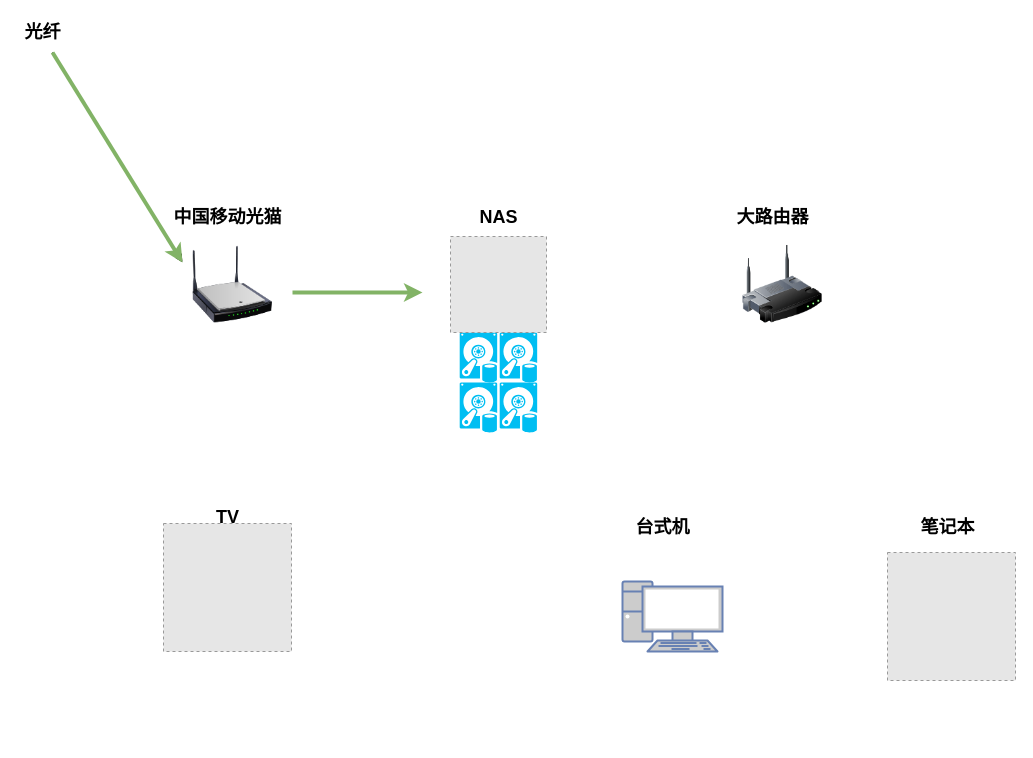
Above: 威联通NAS同和方案.drawio in androidjp/draw-io-note (draw.io), before the change. Source tidied: cells renumbered, new cells numbered last; positions are measured from the earlier drawing's top-left corner, leaving out a move shared by most shapes. Both pictures are drawn from the tidied source at 100%, with x=0, y=0 at pixel (17, 17). Pictures stored in the file or linked from it are replaced by grey dashed boxes.
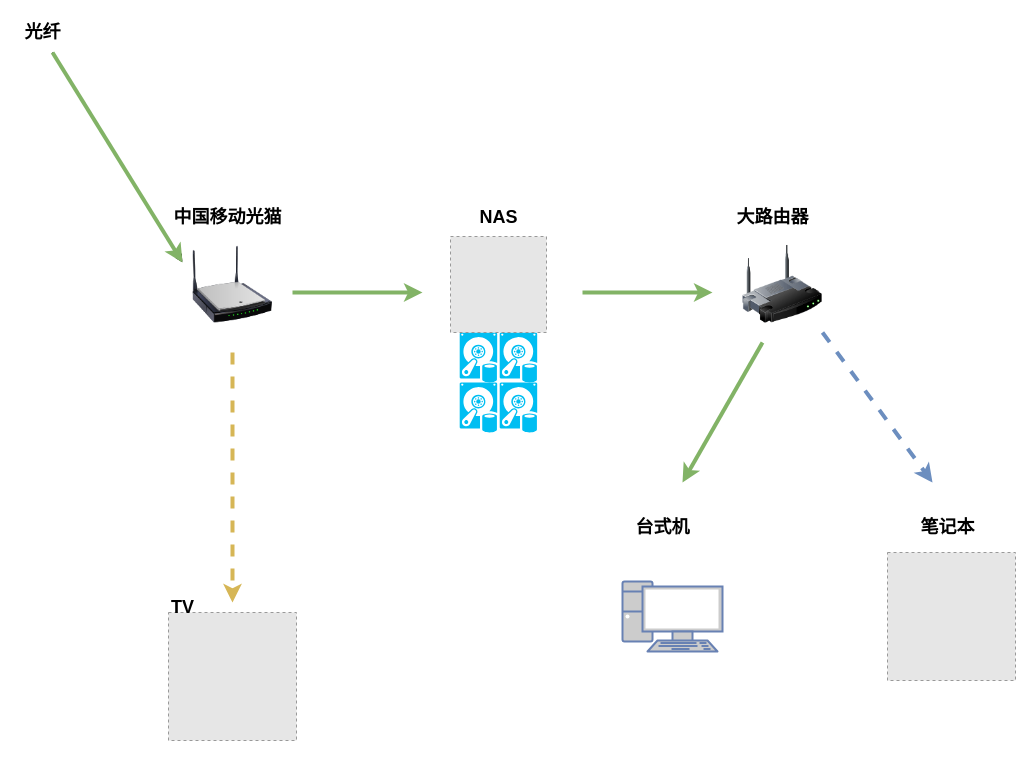
The same page after the edit.

Commit message:
Update 威联通NAS同和方案.drawio

The edit, as a diff of the source:
```diff
@@
     <mxCell id="17" style="fillColor=#E6E6E6;strokeColor=#999999;dashed=1;html=1;verticalAlign=top;verticalLabelPosition=bottom;labelBackgroundColor=#ffffff;fontSize=18;" parent="1" vertex="1">
-      <mxGeometry x="146" y="506" width="128" height="128" as="geometry" />
+      <mxGeometry x="151" y="595" width="128" height="128" as="geometry" />
     </mxCell>
     <mxCell id="18" value="TV" style="text;html=1;align=center;verticalAlign=middle;fontSize=18;fontStyle=1;" parent="1" vertex="1">
-      <mxGeometry x="190" y="485" width="40" height="30" as="geometry" />
+      <mxGeometry x="145" y="575" width="40" height="30" as="geometry" />
     </mxCell>
@@
+    <mxCell id="22" style="endArrow=classic;html=1;strokeWidth=4;fillColor=#d5e8d4;strokeColor=#82b366;" parent="1" edge="1">
+      <mxGeometry relative="1" as="geometry">
+        <mxPoint x="745" y="325" as="sourcePoint" />
+        <mxPoint x="665" y="465" as="targetPoint" />
+      </mxGeometry>
+    </mxCell>
+    <mxCell id="23" style="endArrow=classic;html=1;strokeWidth=4;fillColor=#d5e8d4;strokeColor=#82b366;" parent="1" edge="1">
+      <mxGeometry relative="1" as="geometry">
+        <mxPoint x="565" y="275" as="sourcePoint" />
+        <mxPoint x="695" y="275" as="targetPoint" />
+      </mxGeometry>
+    </mxCell>
+    <mxCell id="24" style="endArrow=classic;html=1;strokeWidth=4;fillColor=#fff2cc;strokeColor=#d6b656;dashed=1;" parent="1" edge="1">
+      <mxGeometry relative="1" as="geometry">
+        <mxPoint x="215" y="335" as="sourcePoint" />
+        <mxPoint x="215" y="585" as="targetPoint" />
+      </mxGeometry>
+    </mxCell>
+    <mxCell id="25" style="endArrow=classic;html=1;strokeWidth=4;fillColor=#dae8fc;strokeColor=#6c8ebf;dashed=1;" parent="1" edge="1">
+      <mxGeometry relative="1" as="geometry">
+        <mxPoint x="805" y="315" as="sourcePoint" />
+        <mxPoint x="915" y="465" as="targetPoint" />
+      </mxGeometry>
+    </mxCell>
```
